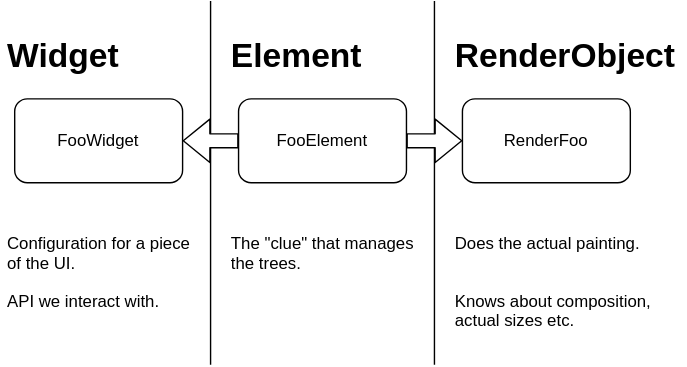
This is _interactivity/trees.drawio.svg from rpede/MobileProgramming24, a draw.io export, as it was before one commit. Source tidied: cells renumbered, new cells last; positions are measured from the earlier drawing's top-left corner, leaving out a move shared by most shapes. The source it was exported from:
```xml
<mxGraphModel>
  <root>
    <mxCell id="0" />
    <mxCell id="1" parent="0" />
    <mxCell id="2" style="endArrow=none;html=1;" parent="1" edge="1">
      <mxGeometry relative="1" as="geometry">
        <mxPoint x="150" y="260" as="sourcePoint" />
        <mxPoint x="150" as="targetPoint" />
      </mxGeometry>
    </mxCell>
    <mxCell id="3" style="endArrow=none;html=1;" parent="1" edge="1">
      <mxGeometry relative="1" as="geometry">
        <mxPoint x="310" y="260" as="sourcePoint" />
        <mxPoint x="310" as="targetPoint" />
      </mxGeometry>
    </mxCell>
    <mxCell id="4" value="FooWidget" style="rounded=1;whiteSpace=wrap;html=1;" parent="1" vertex="1">
      <mxGeometry x="10" y="70" width="120" height="60" as="geometry" />
    </mxCell>
    <mxCell id="5" value="FooElement" style="rounded=1;whiteSpace=wrap;html=1;" parent="1" vertex="1">
      <mxGeometry x="170" y="70" width="120" height="60" as="geometry" />
    </mxCell>
    <mxCell id="6" value="RenderFoo" style="rounded=1;whiteSpace=wrap;html=1;" parent="1" vertex="1">
      <mxGeometry x="330" y="70" width="120" height="60" as="geometry" />
    </mxCell>
    <mxCell id="7" style="shape=flexArrow;endArrow=classic;html=1;fillColor=default;" parent="1" edge="1" source="5" target="6">
      <mxGeometry relative="1" as="geometry" />
    </mxCell>
    <mxCell id="8" style="shape=flexArrow;endArrow=classic;html=1;fillColor=default;" parent="1" edge="1" source="5" target="4">
      <mxGeometry relative="1" as="geometry" />
    </mxCell>
    <mxCell id="9" value="&lt;h1&gt;Widget&lt;/h1&gt;&lt;div&gt;&lt;br&gt;&lt;/div&gt;&lt;div&gt;&lt;br&gt;&lt;/div&gt;&lt;div&gt;&lt;br&gt;&lt;/div&gt;&lt;div&gt;&lt;br&gt;&lt;/div&gt;&lt;p&gt;&lt;br&gt;&lt;/p&gt;&lt;p&gt;Configuration for a piece of the UI.&lt;/p&gt;&lt;p&gt;API we interact with.&lt;/p&gt;" style="text;html=1;strokeColor=none;fillColor=none;spacing=5;spacingTop=-20;whiteSpace=wrap;overflow=hidden;rounded=0;" parent="1" vertex="1">
      <mxGeometry y="20" width="140" height="240" as="geometry" />
    </mxCell>
    <mxCell id="10" value="&lt;h1&gt;Element&lt;/h1&gt;&lt;div&gt;&lt;br&gt;&lt;/div&gt;&lt;div&gt;&lt;br&gt;&lt;/div&gt;&lt;div&gt;&lt;br&gt;&lt;/div&gt;&lt;div&gt;&lt;br&gt;&lt;/div&gt;&lt;p&gt;&lt;br&gt;&lt;/p&gt;&lt;p&gt;The &quot;clue&quot; that manages the trees.&lt;/p&gt;" style="text;html=1;strokeColor=none;fillColor=none;spacing=5;spacingTop=-20;whiteSpace=wrap;overflow=hidden;rounded=0;" parent="1" vertex="1">
      <mxGeometry x="160" y="20" width="140" height="240" as="geometry" />
    </mxCell>
    <mxCell id="11" value="&lt;h1&gt;RenderObject&lt;/h1&gt;&lt;div&gt;&lt;br&gt;&lt;/div&gt;&lt;div&gt;&lt;br&gt;&lt;/div&gt;&lt;div&gt;&lt;br&gt;&lt;/div&gt;&lt;div&gt;&lt;br&gt;&lt;/div&gt;&lt;p&gt;&lt;br&gt;&lt;/p&gt;&lt;p&gt;Does the actual painting.&lt;br&gt;&lt;br&gt;&lt;/p&gt;&lt;p&gt;Knows about composition, actual sizes etc.&lt;/p&gt;" style="text;html=1;strokeColor=none;fillColor=none;spacing=5;spacingTop=-20;whiteSpace=wrap;overflow=hidden;rounded=0;" parent="1" vertex="1">
      <mxGeometry x="320" y="20" width="170" height="240" as="geometry" />
    </mxCell>
  </root>
</mxGraphModel>
```
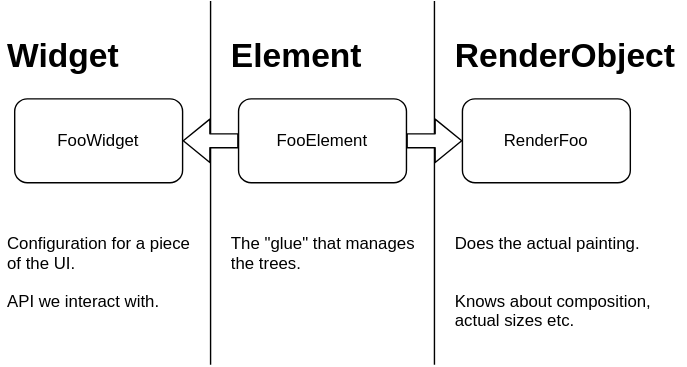
The same file after the commit.

Change to the diagram source:
```diff
@@ -32,7 +32,7 @@
     <mxCell id="9" value="&lt;h1&gt;Widget&lt;/h1&gt;&lt;div&gt;&lt;br&gt;&lt;/div&gt;&lt;div&gt;&lt;br&gt;&lt;/div&gt;&lt;div&gt;&lt;br&gt;&lt;/div&gt;&lt;div&gt;&lt;br&gt;&lt;/div&gt;&lt;p&gt;&lt;br&gt;&lt;/p&gt;&lt;p&gt;Configuration for a piece of the UI.&lt;/p&gt;&lt;p&gt;API we interact with.&lt;/p&gt;" style="text;html=1;strokeColor=none;fillColor=none;spacing=5;spacingTop=-20;whiteSpace=wrap;overflow=hidden;rounded=0;" parent="1" vertex="1">
       <mxGeometry y="20" width="140" height="240" as="geometry" />
     </mxCell>
-    <mxCell id="10" value="&lt;h1&gt;Element&lt;/h1&gt;&lt;div&gt;&lt;br&gt;&lt;/div&gt;&lt;div&gt;&lt;br&gt;&lt;/div&gt;&lt;div&gt;&lt;br&gt;&lt;/div&gt;&lt;div&gt;&lt;br&gt;&lt;/div&gt;&lt;p&gt;&lt;br&gt;&lt;/p&gt;&lt;p&gt;The &quot;clue&quot; that manages the trees.&lt;/p&gt;" style="text;html=1;strokeColor=none;fillColor=none;spacing=5;spacingTop=-20;whiteSpace=wrap;overflow=hidden;rounded=0;" parent="1" vertex="1">
+    <mxCell id="10" value="&lt;h1&gt;Element&lt;/h1&gt;&lt;div&gt;&lt;br&gt;&lt;/div&gt;&lt;div&gt;&lt;br&gt;&lt;/div&gt;&lt;div&gt;&lt;br&gt;&lt;/div&gt;&lt;div&gt;&lt;br&gt;&lt;/div&gt;&lt;p&gt;&lt;br&gt;&lt;/p&gt;&lt;p&gt;The &quot;glue&quot; that manages the trees.&lt;/p&gt;" style="text;html=1;strokeColor=none;fillColor=none;spacing=5;spacingTop=-20;whiteSpace=wrap;overflow=hidden;rounded=0;" parent="1" vertex="1">
       <mxGeometry x="160" y="20" width="140" height="240" as="geometry" />
     </mxCell>
     <mxCell id="11" value="&lt;h1&gt;RenderObject&lt;/h1&gt;&lt;div&gt;&lt;br&gt;&lt;/div&gt;&lt;div&gt;&lt;br&gt;&lt;/div&gt;&lt;div&gt;&lt;br&gt;&lt;/div&gt;&lt;div&gt;&lt;br&gt;&lt;/div&gt;&lt;p&gt;&lt;br&gt;&lt;/p&gt;&lt;p&gt;Does the actual painting.&lt;br&gt;&lt;br&gt;&lt;/p&gt;&lt;p&gt;Knows about composition, actual sizes etc.&lt;/p&gt;" style="text;html=1;strokeColor=none;fillColor=none;spacing=5;spacingTop=-20;whiteSpace=wrap;overflow=hidden;rounded=0;" parent="1" vertex="1">
```
